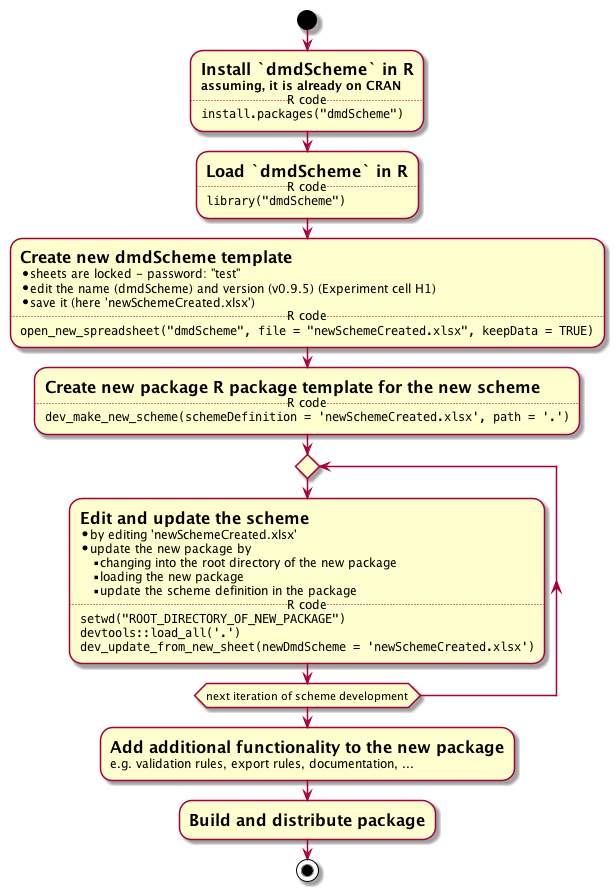
Before: docs/fig/workflow_newScheme.png, a diagram exported from PlantUML (rkrug/GFO_2019).
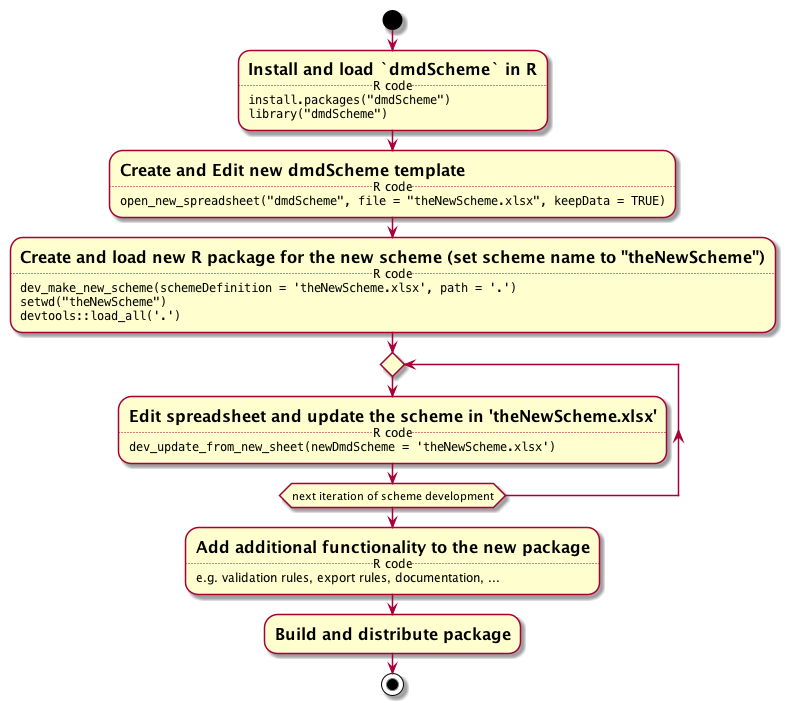
The same diagram one commit later.

Diff of the diagram source:
```diff
@@ -1,35 +1,25 @@
 @startuml
 
 start
-:= Install `dmdScheme` in R
-**assuming, it is already on CRAN**
+:= Install and load `dmdScheme` in R
 ..R code..
-""install.packages("dmdScheme")"";
-:= Load `dmdScheme` in R
+""install.packages("dmdScheme")""
+""library("dmdScheme")"";
+:= Create and Edit new dmdScheme template
 ..R code..
-""library("dmdScheme")"";
-:= Create new dmdScheme template
-* sheets are locked - password: "test"
-* edit the name (dmdScheme) and version (v0.9.5) (Experiment cell H1)
-* save it (here 'newSchemeCreated.xlsx')
+""open_new_spreadsheet("dmdScheme", file = "theNewScheme.xlsx", keepData = TRUE)"";
+:= Create and load new R package for the new scheme (set scheme name to "theNewScheme")
 ..R code..
-""open_new_spreadsheet("dmdScheme", file = "newSchemeCreated.xlsx", keepData = TRUE)"";
-:= Create new package R package template for the new scheme
-..R code..
-""dev_make_new_scheme(schemeDefinition = 'newSchemeCreated.xlsx', path = '.')"";
+""dev_make_new_scheme(schemeDefinition = 'theNewScheme.xlsx', path = '.')""
+""setwd("theNewScheme")""
+""devtools::load_all('.')"";
 repeat
-  := Edit and update the scheme
-  * by editing 'newSchemeCreated.xlsx'
-  * update the new package by
-  ** changing into the root directory of the new package
-  ** loading the new package
-  ** update the scheme definition in the package
+  := Edit spreadsheet and update the scheme in 'theNewScheme.xlsx'
   ..R code..
-  ""setwd("ROOT_DIRECTORY_OF_NEW_PACKAGE")""
-  ""devtools::load_all('.')""
-  ""dev_update_from_new_sheet(newDmdScheme = 'newSchemeCreated.xlsx')"";
+  ""dev_update_from_new_sheet(newDmdScheme = 'theNewScheme.xlsx')"";
 repeat while (next iteration of scheme development)
 := Add additional functionality to the new package
+..R code..
 e.g. validation rules, export rules, documentation, ...;
 := Build and distribute package;
 stop
```
